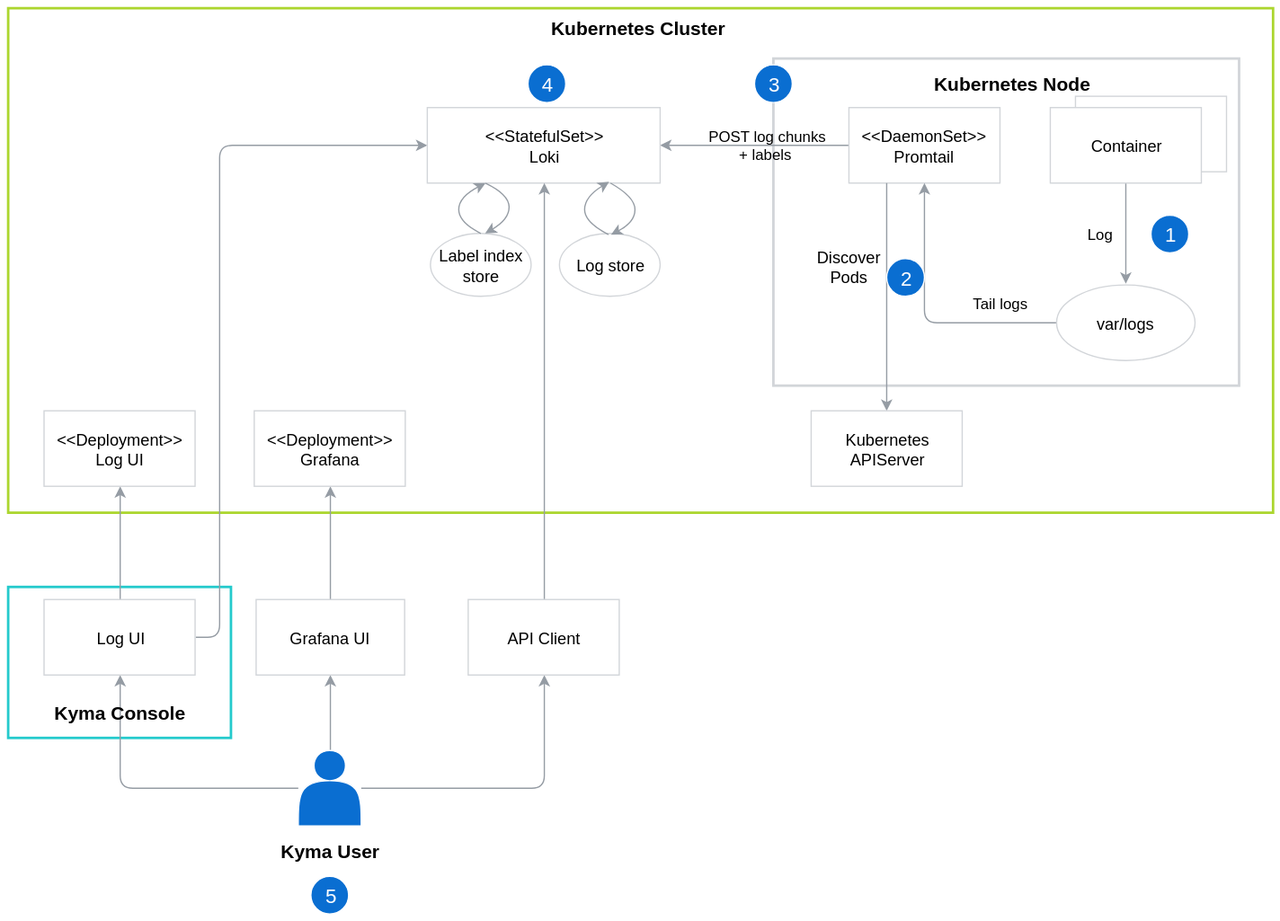
This is docs/logging/assets/logging-architecture.svg from kyma-project/kyma, a draw.io export, as it was before one commit. Source tidied: cells renumbered, new cells last; positions are measured from the earlier drawing's top-left corner, leaving out a move shared by most shapes. Its diagram source:
```xml
<mxGraphModel>
  <root>
    <mxCell id="0" />
    <mxCell id="1" parent="0" />
    <mxCell id="2" value="&lt;font size=&quot;1&quot;&gt;&lt;span style=&quot;white-space: nowrap ; font-size: 15px&quot;&gt;&lt;b&gt;Kubernetes Cluster&amp;nbsp;&lt;/b&gt;&lt;/span&gt;&lt;/font&gt;" style="rounded=0;whiteSpace=wrap;html=1;strokeColor=#ACD62F;fillColor=none;gradientColor=none;fontSize=13;align=center;horizontal=1;verticalAlign=top;strokeWidth=2;" parent="1" vertex="1">
      <mxGeometry width="1005" height="401" as="geometry" />
    </mxCell>
    <mxCell id="3" style="rounded=0;whiteSpace=wrap;html=1;strokeColor=#24CACC;fillColor=none;gradientColor=none;fontSize=13;align=center;fontColor=#000000;strokeWidth=2;" parent="1" vertex="1">
      <mxGeometry y="460" width="177" height="120" as="geometry" />
    </mxCell>
    <mxCell id="4" style="rounded=0;whiteSpace=wrap;html=1;strokeColor=#D2D5D9;fillColor=none;gradientColor=none;fontSize=13;strokeWidth=2;" parent="1" vertex="1">
      <mxGeometry x="608" y="40" width="370" height="260" as="geometry" />
    </mxCell>
    <mxCell id="5" style="rounded=0;whiteSpace=wrap;html=1;strokeColor=#D2D5D9;fillColor=#ffffff;gradientColor=none;" parent="1" vertex="1">
      <mxGeometry x="848" y="70" width="120" height="60" as="geometry" />
    </mxCell>
    <mxCell id="6" style="edgeStyle=orthogonalEdgeStyle;rounded=1;jettySize=auto;html=1;entryX=0.5;entryY=1;entryDx=0;entryDy=0;strokeColor=#959CA4;fontColor=#FFFFFF;" parent="1" edge="1" source="9" target="14">
      <mxGeometry relative="1" as="geometry" />
    </mxCell>
    <mxCell id="7" style="edgeStyle=orthogonalEdgeStyle;rounded=1;jettySize=auto;html=1;entryX=0.5;entryY=1;entryDx=0;entryDy=0;strokeColor=#959CA4;fontColor=#FFFFFF;" parent="1" edge="1" source="9" target="19">
      <mxGeometry relative="1" as="geometry" />
    </mxCell>
    <mxCell id="8" style="edgeStyle=orthogonalEdgeStyle;rounded=1;jettySize=auto;html=1;strokeColor=#959CA4;fontColor=#FFFFFF;" parent="1" edge="1" source="9" target="12">
      <mxGeometry relative="1" as="geometry" />
    </mxCell>
    <mxCell id="9" style="shape=actor;whiteSpace=wrap;html=1;gradientColor=none;fillColor=#0A6ED1;strokeColor=#FFFFFF;" parent="1" vertex="1">
      <mxGeometry x="230.5" y="590" width="50" height="60" as="geometry" />
    </mxCell>
    <mxCell id="10" style="edgeStyle=orthogonalEdgeStyle;rounded=1;jettySize=auto;html=1;exitX=0.5;exitY=0;exitDx=0;exitDy=0;entryX=0.5;entryY=1;entryDx=0;entryDy=0;strokeColor=#959CA4;fontColor=#FFFFFF;" parent="1" edge="1" source="12" target="20">
      <mxGeometry relative="1" as="geometry" />
    </mxCell>
    <mxCell id="11" style="edgeStyle=orthogonalEdgeStyle;rounded=1;jettySize=auto;html=1;exitX=1;exitY=0.5;exitDx=0;exitDy=0;entryX=0;entryY=0.5;entryDx=0;entryDy=0;strokeColor=#959CA4;fontColor=#FFFFFF;" parent="1" edge="1" source="12" target="16">
      <mxGeometry relative="1" as="geometry">
        <Array as="points">
          <mxPoint x="168" y="500" />
          <mxPoint x="168" y="109" />
        </Array>
      </mxGeometry>
    </mxCell>
    <mxCell id="12" value="Log UI" style="rounded=0;whiteSpace=wrap;html=1;strokeColor=#D2D5D9;fillColor=none;gradientColor=none;fontSize=13;" parent="1" vertex="1">
      <mxGeometry x="28.5" y="470" width="120" height="60" as="geometry" />
    </mxCell>
    <mxCell id="13" style="edgeStyle=orthogonalEdgeStyle;rounded=1;jettySize=auto;html=1;entryX=0.5;entryY=1;entryDx=0;entryDy=0;strokeColor=#959CA4;fontColor=#FFFFFF;" parent="1" edge="1" source="14" target="43">
      <mxGeometry relative="1" as="geometry" />
    </mxCell>
    <mxCell id="14" value="Grafana UI" style="rounded=0;whiteSpace=wrap;html=1;strokeColor=#D2D5D9;fillColor=none;gradientColor=none;fontSize=13;" parent="1" vertex="1">
      <mxGeometry x="197" y="470" width="118" height="60" as="geometry" />
    </mxCell>
    <mxCell id="15" style="edgeStyle=orthogonalEdgeStyle;rounded=0;jettySize=auto;html=1;startArrow=classic;startFill=1;endArrow=none;endFill=0;strokeColor=#959CA4;" parent="1" edge="1" source="16" target="17">
      <mxGeometry relative="1" as="geometry" />
    </mxCell>
    <mxCell id="16" value="&amp;lt;&amp;lt;StatefulSet&amp;gt;&amp;gt;&lt;br style=&quot;font-size: 13px&quot;&gt;Loki" style="rounded=0;whiteSpace=wrap;html=1;strokeColor=#D2D5D9;fillColor=none;gradientColor=none;fontSize=13;" parent="1" vertex="1">
      <mxGeometry x="333" y="79" width="185" height="60" as="geometry" />
    </mxCell>
    <mxCell id="17" value="&amp;lt;&amp;lt;DaemonSet&amp;gt;&amp;gt;&lt;br style=&quot;font-size: 13px;&quot;&gt;Promtail" style="rounded=0;whiteSpace=wrap;html=1;strokeColor=#D2D5D9;fillColor=none;gradientColor=none;fontSize=13;" parent="1" vertex="1">
      <mxGeometry x="668" y="79" width="120" height="60" as="geometry" />
    </mxCell>
    <mxCell id="18" style="edgeStyle=orthogonalEdgeStyle;rounded=1;jettySize=auto;html=1;entryX=0.5;entryY=1;entryDx=0;entryDy=0;strokeColor=#959CA4;fontColor=#FFFFFF;" parent="1" edge="1" source="19" target="16">
      <mxGeometry relative="1" as="geometry">
        <Array as="points">
          <mxPoint x="426" y="370" />
          <mxPoint x="426" y="370" />
        </Array>
      </mxGeometry>
    </mxCell>
    <mxCell id="19" value="&lt;font style=&quot;font-size: 13px&quot;&gt;API Client&lt;/font&gt;" style="rounded=0;whiteSpace=wrap;html=1;strokeColor=#D2D5D9;fillColor=none;gradientColor=none;" parent="1" vertex="1">
      <mxGeometry x="365.5" y="470" width="120" height="60" as="geometry" />
    </mxCell>
    <mxCell id="20" value="&amp;lt;&amp;lt;Deployment&amp;gt;&amp;gt;&lt;br style=&quot;font-size: 13px&quot;&gt;Log UI" style="rounded=0;whiteSpace=wrap;html=1;strokeColor=#D2D5D9;fillColor=none;gradientColor=none;verticalAlign=middle;fontSize=13;" parent="1" vertex="1">
      <mxGeometry x="28.5" y="320" width="120" height="60" as="geometry" />
    </mxCell>
    <mxCell id="21" value="POST log chunks&lt;br&gt;+ labels&amp;nbsp;" style="text;html=1;align=center;verticalAlign=middle;strokeColor=none;" parent="1" vertex="1">
      <mxGeometry x="548" y="94" width="110" height="30" as="geometry" />
    </mxCell>
    <mxCell id="22" style="edgeStyle=orthogonalEdgeStyle;rounded=0;jettySize=auto;html=1;startArrow=none;startFill=0;endArrow=classic;endFill=1;strokeColor=#959CA4;" parent="1" edge="1" source="23">
      <mxGeometry relative="1" as="geometry">
        <mxPoint x="888" y="219" as="targetPoint" />
      </mxGeometry>
    </mxCell>
    <mxCell id="23" value="Container" style="rounded=0;whiteSpace=wrap;html=1;strokeColor=#D2D5D9;fillColor=#ffffff;gradientColor=none;fontSize=13;" parent="1" vertex="1">
      <mxGeometry x="828" y="79" width="120" height="60" as="geometry" />
    </mxCell>
    <mxCell id="24" style="edgeStyle=orthogonalEdgeStyle;rounded=1;jettySize=auto;html=1;entryX=0.5;entryY=1;entryDx=0;entryDy=0;startArrow=none;startFill=0;endArrow=classic;endFill=1;strokeColor=#959CA4;" parent="1" edge="1" source="25" target="17">
      <mxGeometry relative="1" as="geometry" />
    </mxCell>
    <mxCell id="25" value="var/logs" style="ellipse;whiteSpace=wrap;html=1;strokeColor=#D2D5D9;fillColor=#ffffff;gradientColor=none;fontSize=13;" parent="1" vertex="1">
      <mxGeometry x="833" y="220" width="110" height="60" as="geometry" />
    </mxCell>
    <mxCell id="26" value="Log" style="text;html=1;align=center;verticalAlign=middle;" parent="1" vertex="1">
      <mxGeometry x="848" y="169.5" width="40" height="20" as="geometry" />
    </mxCell>
    <mxCell id="27" value="Tail logs" style="text;html=1;align=center;verticalAlign=middle;" parent="1" vertex="1">
      <mxGeometry x="758" y="225" width="60" height="20" as="geometry" />
    </mxCell>
    <mxCell id="28" style="edgeStyle=orthogonalEdgeStyle;rounded=0;jettySize=auto;html=1;startArrow=none;startFill=0;endArrow=classic;endFill=1;exitX=0.25;exitY=1;exitDx=0;exitDy=0;strokeColor=#959CA4;" parent="1" edge="1" source="17">
      <mxGeometry relative="1" as="geometry">
        <mxPoint x="698" y="320" as="targetPoint" />
      </mxGeometry>
    </mxCell>
    <mxCell id="29" value="Discover&lt;br&gt;Pods" style="text;html=1;align=center;verticalAlign=middle;labelBackgroundColor=#ffffff;fontSize=13;" parent="28" vertex="1">
      <mxGeometry x="-0.24" y="2" relative="1" as="geometry">
        <mxPoint x="-32" y="-4" as="offset" />
      </mxGeometry>
    </mxCell>
    <mxCell id="30" value="Kubernetes&lt;br&gt;APIServer" style="rounded=0;whiteSpace=wrap;html=1;strokeColor=#D2D5D9;fillColor=#ffffff;gradientColor=none;fontSize=13;" parent="1" vertex="1">
      <mxGeometry x="638" y="320" width="120" height="60" as="geometry" />
    </mxCell>
    <mxCell id="31" value="Label index store" style="ellipse;whiteSpace=wrap;html=1;strokeColor=#D2D5D9;fillColor=#ffffff;gradientColor=none;fontSize=13;" parent="1" vertex="1">
      <mxGeometry x="335.5" y="179" width="80" height="50" as="geometry" />
    </mxCell>
    <mxCell id="32" value="Log store" style="ellipse;whiteSpace=wrap;html=1;strokeColor=#D2D5D9;fillColor=#ffffff;gradientColor=none;fontSize=13;" parent="1" vertex="1">
      <mxGeometry x="438" y="179" width="80" height="50" as="geometry" />
    </mxCell>
    <mxCell id="33" style="endArrow=classic;html=1;curved=1;strokeColor=#959CA4;entryX=0.25;entryY=1;entryDx=0;entryDy=0;exitX=0.5;exitY=0;exitDx=0;exitDy=0;" parent="1" edge="1" source="31" target="16">
      <mxGeometry relative="1" as="geometry">
        <Array as="points">
          <mxPoint x="358" y="170" />
          <mxPoint x="358" y="150" />
        </Array>
      </mxGeometry>
    </mxCell>
    <mxCell id="34" style="endArrow=classic;html=1;curved=1;entryX=0.781;entryY=0.983;entryDx=0;entryDy=0;strokeColor=#959CA4;entryPerimeter=0;" parent="1" edge="1" target="16">
      <mxGeometry relative="1" as="geometry">
        <mxPoint x="477" y="180" as="sourcePoint" />
        <Array as="points">
          <mxPoint x="458" y="170" />
          <mxPoint x="458" y="150" />
        </Array>
      </mxGeometry>
    </mxCell>
    <mxCell id="35" style="endArrow=none;html=1;curved=1;startArrow=classic;startFill=1;endFill=0;strokeColor=#959CA4;" parent="1" edge="1" target="16">
      <mxGeometry relative="1" as="geometry">
        <mxPoint x="479" y="180" as="sourcePoint" />
        <Array as="points">
          <mxPoint x="498" y="170" />
          <mxPoint x="498" y="150" />
        </Array>
      </mxGeometry>
    </mxCell>
    <mxCell id="36" value="&lt;font style=&quot;font-size: 15px&quot;&gt;&lt;b&gt;Kubernetes Node&lt;/b&gt;&lt;/font&gt;" style="text;html=1;align=center;verticalAlign=middle;" parent="1" vertex="1">
      <mxGeometry x="728" y="50" width="140" height="20" as="geometry" />
    </mxCell>
    <mxCell id="37" value="&lt;font style=&quot;font-size: 15px&quot;&gt;&lt;b&gt;Kyma Console&lt;/b&gt;&lt;/font&gt;" style="text;html=1;align=center;verticalAlign=middle;fontSize=15;" parent="1" vertex="1">
      <mxGeometry x="28.5" y="550" width="120" height="20" as="geometry" />
    </mxCell>
    <mxCell id="38" style="endArrow=none;html=1;curved=1;startArrow=classic;startFill=1;endFill=0;strokeColor=#959CA4;entryX=0.25;entryY=1;entryDx=0;entryDy=0;" parent="1" edge="1" target="16">
      <mxGeometry relative="1" as="geometry">
        <mxPoint x="379" y="179" as="sourcePoint" />
        <Array as="points">
          <mxPoint x="398" y="168" />
          <mxPoint x="398" y="148" />
        </Array>
      </mxGeometry>
    </mxCell>
    <mxCell id="39" value="&lt;font style=&quot;font-size: 16px&quot;&gt;1&lt;/font&gt;" style="ellipse;whiteSpace=wrap;html=1;labelBackgroundColor=#0A6ED1;fontColor=#FFFFFF;fillColor=#0A6ED1;strokeColor=#FFFFFF;" parent="1" vertex="1">
      <mxGeometry x="908" y="164.5" width="30" height="30" as="geometry" />
    </mxCell>
    <mxCell id="40" value="&lt;font style=&quot;font-size: 16px&quot;&gt;2&lt;/font&gt;" style="ellipse;whiteSpace=wrap;html=1;labelBackgroundColor=#0A6ED1;fontColor=#FFFFFF;fillColor=#0A6ED1;strokeColor=#FFFFFF;" parent="1" vertex="1">
      <mxGeometry x="698" y="199" width="30" height="30" as="geometry" />
    </mxCell>
    <mxCell id="41" value="&lt;font style=&quot;font-size: 16px&quot;&gt;3&lt;/font&gt;" style="ellipse;whiteSpace=wrap;html=1;labelBackgroundColor=#0A6ED1;fontColor=#FFFFFF;fillColor=#0A6ED1;strokeColor=#FFFFFF;" parent="1" vertex="1">
      <mxGeometry x="593" y="45" width="30" height="30" as="geometry" />
    </mxCell>
    <mxCell id="42" value="&lt;font style=&quot;font-size: 16px&quot;&gt;4&lt;/font&gt;" style="ellipse;whiteSpace=wrap;html=1;labelBackgroundColor=#0A6ED1;fontColor=#FFFFFF;fillColor=#0A6ED1;strokeColor=#FFFFFF;" parent="1" vertex="1">
      <mxGeometry x="413" y="45" width="30" height="30" as="geometry" />
    </mxCell>
    <mxCell id="43" value="&amp;lt;&amp;lt;Deployment&amp;gt;&amp;gt;&lt;br style=&quot;font-size: 13px;&quot;&gt;Grafana" style="rounded=0;whiteSpace=wrap;html=1;strokeColor=#D2D5D9;fillColor=none;gradientColor=none;fontSize=13;" parent="1" vertex="1">
      <mxGeometry x="195.5" y="320" width="120" height="60" as="geometry" />
    </mxCell>
    <mxCell id="44" value="&lt;font style=&quot;font-size: 15px&quot;&gt;&lt;b&gt;Kyma User&lt;/b&gt;&lt;/font&gt;" style="text;html=1;align=center;verticalAlign=middle;fontSize=15;" parent="1" vertex="1">
      <mxGeometry x="210.5" y="660" width="90" height="20" as="geometry" />
    </mxCell>
    <mxCell id="45" value="&lt;font style=&quot;font-size: 16px&quot;&gt;5&lt;/font&gt;" style="ellipse;whiteSpace=wrap;html=1;labelBackgroundColor=#0A6ED1;fontColor=#FFFFFF;fillColor=#0A6ED1;strokeColor=#FFFFFF;" parent="1" vertex="1">
      <mxGeometry x="240.5" y="690" width="30" height="30" as="geometry" />
    </mxCell>
  </root>
</mxGraphModel>
```
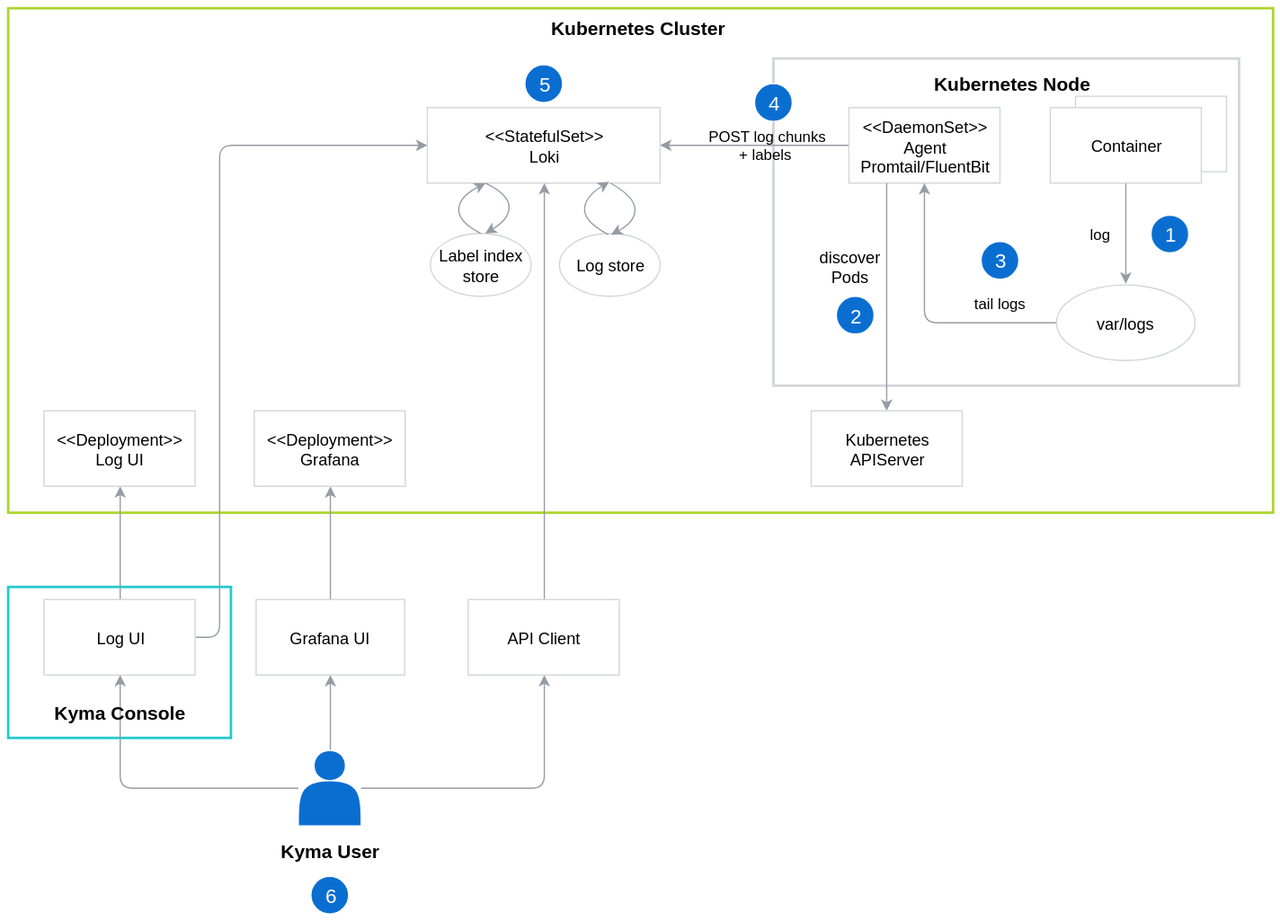
Above is the later version.

Diff of the diagram source:
```diff
@@ -52,7 +52,7 @@
     <mxCell id="16" value="&amp;lt;&amp;lt;StatefulSet&amp;gt;&amp;gt;&lt;br style=&quot;font-size: 13px&quot;&gt;Loki" style="rounded=0;whiteSpace=wrap;html=1;strokeColor=#D2D5D9;fillColor=none;gradientColor=none;fontSize=13;" parent="1" vertex="1">
       <mxGeometry x="333" y="79" width="185" height="60" as="geometry" />
     </mxCell>
-    <mxCell id="17" value="&amp;lt;&amp;lt;DaemonSet&amp;gt;&amp;gt;&lt;br style=&quot;font-size: 13px;&quot;&gt;Promtail" style="rounded=0;whiteSpace=wrap;html=1;strokeColor=#D2D5D9;fillColor=none;gradientColor=none;fontSize=13;" parent="1" vertex="1">
+    <mxCell id="17" value="&amp;lt;&amp;lt;DaemonSet&amp;gt;&amp;gt;&lt;br style=&quot;font-size: 13px&quot;&gt;Agent &lt;br&gt;Promtail/FluentBit" style="rounded=0;whiteSpace=wrap;html=1;strokeColor=#D2D5D9;fillColor=none;gradientColor=none;fontSize=13;" parent="1" vertex="1">
       <mxGeometry x="668" y="79" width="120" height="60" as="geometry" />
     </mxCell>
     <mxCell id="18" style="edgeStyle=orthogonalEdgeStyle;rounded=1;jettySize=auto;html=1;entryX=0.5;entryY=1;entryDx=0;entryDy=0;strokeColor=#959CA4;fontColor=#FFFFFF;" parent="1" edge="1" source="19" target="16">
@@ -86,10 +86,10 @@
     <mxCell id="25" value="var/logs" style="ellipse;whiteSpace=wrap;html=1;strokeColor=#D2D5D9;fillColor=#ffffff;gradientColor=none;fontSize=13;" parent="1" vertex="1">
       <mxGeometry x="833" y="220" width="110" height="60" as="geometry" />
     </mxCell>
-    <mxCell id="26" value="Log" style="text;html=1;align=center;verticalAlign=middle;" parent="1" vertex="1">
-      <mxGeometry x="848" y="169.5" width="40" height="20" as="geometry" />
+    <mxCell id="26" value="log" style="text;html=1;align=center;verticalAlign=middle;" parent="1" vertex="1">
+      <mxGeometry x="853" y="169.5" width="30" height="20" as="geometry" />
     </mxCell>
-    <mxCell id="27" value="Tail logs" style="text;html=1;align=center;verticalAlign=middle;" parent="1" vertex="1">
+    <mxCell id="27" value="tail logs" style="text;html=1;align=center;verticalAlign=middle;" parent="1" vertex="1">
       <mxGeometry x="758" y="225" width="60" height="20" as="geometry" />
     </mxCell>
     <mxCell id="28" style="edgeStyle=orthogonalEdgeStyle;rounded=0;jettySize=auto;html=1;startArrow=none;startFill=0;endArrow=classic;endFill=1;exitX=0.25;exitY=1;exitDx=0;exitDy=0;strokeColor=#959CA4;" parent="1" edge="1" source="17">
@@ -97,7 +97,7 @@
         <mxPoint x="698" y="320" as="targetPoint" />
       </mxGeometry>
     </mxCell>
-    <mxCell id="29" value="Discover&lt;br&gt;Pods" style="text;html=1;align=center;verticalAlign=middle;labelBackgroundColor=#ffffff;fontSize=13;" parent="28" vertex="1">
+    <mxCell id="29" value="discover&lt;br&gt;Pods" style="text;html=1;align=center;verticalAlign=middle;labelBackgroundColor=#ffffff;fontSize=13;" parent="28" vertex="1">
       <mxGeometry x="-0.24" y="2" relative="1" as="geometry">
         <mxPoint x="-32" y="-4" as="offset" />
       </mxGeometry>
@@ -156,13 +156,13 @@
       <mxGeometry x="908" y="164.5" width="30" height="30" as="geometry" />
     </mxCell>
     <mxCell id="40" value="&lt;font style=&quot;font-size: 16px&quot;&gt;2&lt;/font&gt;" style="ellipse;whiteSpace=wrap;html=1;labelBackgroundColor=#0A6ED1;fontColor=#FFFFFF;fillColor=#0A6ED1;strokeColor=#FFFFFF;" parent="1" vertex="1">
-      <mxGeometry x="698" y="199" width="30" height="30" as="geometry" />
+      <mxGeometry x="658" y="229" width="30" height="30" as="geometry" />
     </mxCell>
     <mxCell id="41" value="&lt;font style=&quot;font-size: 16px&quot;&gt;3&lt;/font&gt;" style="ellipse;whiteSpace=wrap;html=1;labelBackgroundColor=#0A6ED1;fontColor=#FFFFFF;fillColor=#0A6ED1;strokeColor=#FFFFFF;" parent="1" vertex="1">
-      <mxGeometry x="593" y="45" width="30" height="30" as="geometry" />
+      <mxGeometry x="773" y="185.5" width="30" height="30" as="geometry" />
     </mxCell>
     <mxCell id="42" value="&lt;font style=&quot;font-size: 16px&quot;&gt;4&lt;/font&gt;" style="ellipse;whiteSpace=wrap;html=1;labelBackgroundColor=#0A6ED1;fontColor=#FFFFFF;fillColor=#0A6ED1;strokeColor=#FFFFFF;" parent="1" vertex="1">
-      <mxGeometry x="413" y="45" width="30" height="30" as="geometry" />
+      <mxGeometry x="593" y="60" width="30" height="30" as="geometry" />
     </mxCell>
     <mxCell id="43" value="&amp;lt;&amp;lt;Deployment&amp;gt;&amp;gt;&lt;br style=&quot;font-size: 13px;&quot;&gt;Grafana" style="rounded=0;whiteSpace=wrap;html=1;strokeColor=#D2D5D9;fillColor=none;gradientColor=none;fontSize=13;" parent="1" vertex="1">
       <mxGeometry x="195.5" y="320" width="120" height="60" as="geometry" />
@@ -170,8 +170,11 @@
     <mxCell id="44" value="&lt;font style=&quot;font-size: 15px&quot;&gt;&lt;b&gt;Kyma User&lt;/b&gt;&lt;/font&gt;" style="text;html=1;align=center;verticalAlign=middle;fontSize=15;" parent="1" vertex="1">
       <mxGeometry x="210.5" y="660" width="90" height="20" as="geometry" />
     </mxCell>
-    <mxCell id="45" value="&lt;font style=&quot;font-size: 16px&quot;&gt;5&lt;/font&gt;" style="ellipse;whiteSpace=wrap;html=1;labelBackgroundColor=#0A6ED1;fontColor=#FFFFFF;fillColor=#0A6ED1;strokeColor=#FFFFFF;" parent="1" vertex="1">
+    <mxCell id="45" value="&lt;font style=&quot;font-size: 16px&quot;&gt;6&lt;/font&gt;" style="ellipse;whiteSpace=wrap;html=1;labelBackgroundColor=#0A6ED1;fontColor=#FFFFFF;fillColor=#0A6ED1;strokeColor=#FFFFFF;" parent="1" vertex="1">
       <mxGeometry x="240.5" y="690" width="30" height="30" as="geometry" />
     </mxCell>
+    <mxCell id="46" value="&lt;span style=&quot;font-size: 16px&quot;&gt;5&lt;/span&gt;" style="ellipse;whiteSpace=wrap;html=1;labelBackgroundColor=#0A6ED1;fontColor=#FFFFFF;fillColor=#0A6ED1;strokeColor=#FFFFFF;" parent="1" vertex="1">
+      <mxGeometry x="410.5" y="45" width="30" height="30" as="geometry" />
+    </mxCell>
   </root>
 </mxGraphModel>
```
